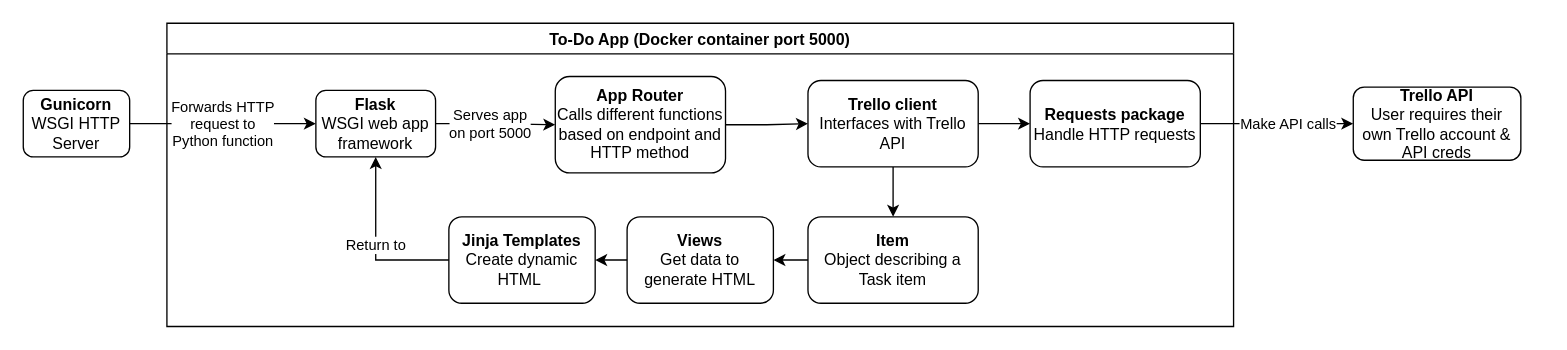
This is page "Component" (3 of 3) of documentation/diagrams.drawio from Sm4o/DevOps-Course-Starter, a draw.io file, before an edit. Source tidied: cells renumbered, new cells numbered last; positions are measured from the earlier drawing's top-left corner, leaving out a move shared by most shapes. Both pictures are drawn from the tidied source at 133%, with x=0, y=0 at pixel (23, 23).
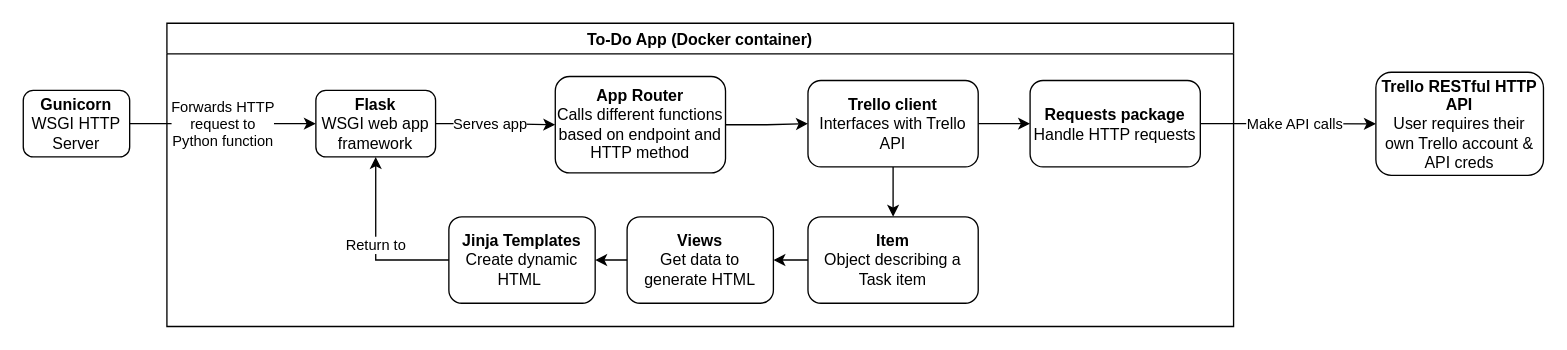
Above is the later version.

Unchanged cells that the change refers to:
```xml
<mxCell id="8" value="&lt;b&gt;Requests package&lt;br&gt;&lt;/b&gt;Handle HTTP requests" style="rounded=1;whiteSpace=wrap;html=1;" parent="7" vertex="1">
  <mxGeometry x="649" y="43" width="128" height="65" as="geometry" />
</mxCell>
<mxCell id="12" style="edgeStyle=orthogonalEdgeStyle;rounded=0;jettySize=auto;html=1;" parent="7" edge="1" source="9" target="11">
  <mxGeometry relative="1" as="geometry" />
</mxCell>
```

The edit, as a diff of the source:
```diff
@@
-    <mxCell id="2" style="edgeStyle=orthogonalEdgeStyle;rounded=0;jettySize=auto;html=1;" parent="1" edge="1" source="8" target="4">
+    <mxCell id="2" style="edgeStyle=orthogonalEdgeStyle;rounded=0;jettySize=auto;html=1;" parent="1" edge="1" source="8" target="23">
       <mxGeometry relative="1" as="geometry" />
     </mxCell>
@@
-    <mxCell id="4" value="&lt;b&gt;Trello API&lt;br&gt;&lt;/b&gt;User requires their own Trello account &amp;amp; API creds" style="rounded=1;whiteSpace=wrap;html=1;" parent="1" vertex="1">
-      <mxGeometry x="1000" y="48" width="126" height="55" as="geometry" />
-    </mxCell>
@@
-    <mxCell id="7" value="To-Do App (Docker container port 5000)" style="swimlane;shadow=0;" parent="1" vertex="1">
+    <mxCell id="7" value="To-Do App (Docker container)" style="swimlane;shadow=0;" parent="1" vertex="1">
       <mxGeometry x="108" width="802" height="228" as="geometry" />
     </mxCell>
@@
-    <mxCell id="13" value="Serves app &lt;br&gt;on port 5000" style="edgeLabel;html=1;align=center;verticalAlign=middle;" parent="12" vertex="1">
+    <mxCell id="13" value="Serves app " style="edgeLabel;html=1;align=center;verticalAlign=middle;" parent="12" vertex="1">
       <mxGeometry x="-0.29" y="1" relative="1" as="geometry">
         <mxPoint x="8" y="1" as="offset" />
       </mxGeometry>
     </mxCell>
@@
+    <mxCell id="23" value="&lt;b&gt;Trello RESTful HTTP API&lt;br&gt;&lt;/b&gt;User requires their own Trello account &amp;amp; API creds" style="rounded=1;whiteSpace=wrap;html=1;" parent="1" vertex="1">
+      <mxGeometry x="1017" y="36.8" width="126" height="77.5" as="geometry" />
+    </mxCell>
```
